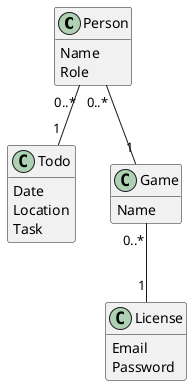
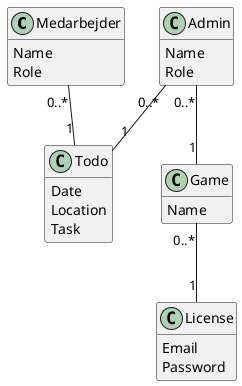
@startuml
'https://plantuml.com/class-diagram

'Entities
- class Person {
+ class Medarbejder {
+ Name
+ Role
+ }
+ 
+ class Admin {
Name
Role
}

class Todo {
Date
Location
Task
}

class Game {
Name
}

class License {
Email
Password
}

'Relations
- Person "0..*" -- "1" Todo
- Person "0..*" -- "1" Game
+ Medarbejder "0..*" -- "1" Todo
+ Admin "0..*" -- "1" Todo
+ Admin "0..*" -- "1" Game
Game "0..*" -- "1" License

hide methods
@enduml